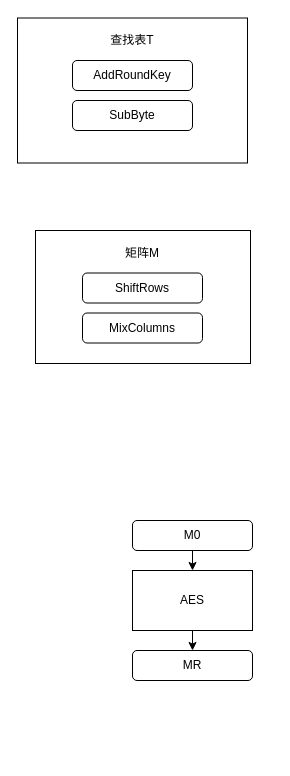
Sixaps/Hello-World keeps this draw.io diagram as ppt1.drawio. Above is the earlier version. Source tidied: cells renumbered, new cells numbered last; positions are measured from the earlier drawing's top-left corner, leaving out a move shared by most shapes. Both pictures are drawn from the tidied source at 100%, with x=0, y=0 at pixel (17, 18).
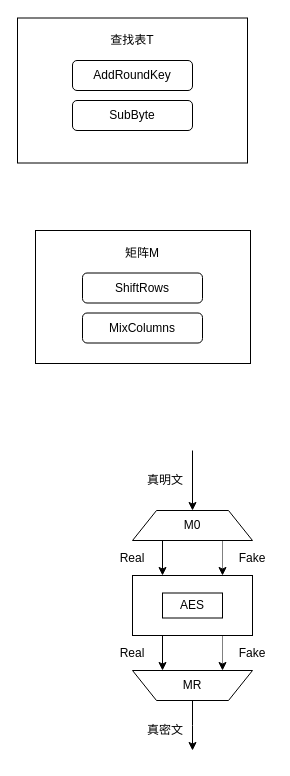
The same page after the edit.

What changed in the source:
```diff
@@
-    <mxCell id="10" style="edgeStyle=orthogonalEdgeStyle;rounded=0;jettySize=auto;html=1;exitX=0.5;exitY=1;exitDx=0;exitDy=0;entryX=0.5;entryY=0;entryDx=0;entryDy=0;" parent="1" edge="1" source="11" target="14">
-      <mxGeometry relative="1" as="geometry" />
-    </mxCell>
+    <mxCell id="15" style="edgeStyle=orthogonalEdgeStyle;rounded=0;jettySize=auto;html=1;exitX=0.25;exitY=1;exitDx=0;exitDy=0;entryX=0.75;entryY=1;entryDx=0;entryDy=0;" parent="1" edge="1" source="11" target="19">
+      <mxGeometry relative="1" as="geometry" />
+    </mxCell>
+    <mxCell id="16" style="edgeStyle=orthogonalEdgeStyle;rounded=0;jettySize=auto;html=1;exitX=0.75;exitY=1;exitDx=0;exitDy=0;entryX=0.25;entryY=1;entryDx=0;entryDy=0;dashed=1;dashPattern=1 1;" parent="1" edge="1" source="11" target="19">
+      <mxGeometry relative="1" as="geometry" />
+    </mxCell>
-    <mxCell id="11" value="AES" style="rounded=0;whiteSpace=wrap;html=1;" parent="1" vertex="1">
-      <mxGeometry x="115" y="552" width="120" height="60" as="geometry" />
+    <mxCell id="11" style="rounded=0;whiteSpace=wrap;html=1;" parent="1" vertex="1">
+      <mxGeometry x="115" y="557" width="120" height="60" as="geometry" />
     </mxCell>
-    <mxCell id="12" style="edgeStyle=orthogonalEdgeStyle;rounded=0;jettySize=auto;html=1;exitX=0.5;exitY=1;exitDx=0;exitDy=0;entryX=0.5;entryY=0;entryDx=0;entryDy=0;" parent="1" edge="1" source="13" target="11">
-      <mxGeometry relative="1" as="geometry" />
-    </mxCell>
+    <mxCell id="17" style="edgeStyle=orthogonalEdgeStyle;rounded=0;jettySize=auto;html=1;exitX=0.75;exitY=1;exitDx=0;exitDy=0;entryX=0.75;entryY=0;entryDx=0;entryDy=0;dashed=1;dashPattern=1 1;" parent="1" edge="1" source="13" target="11">
+      <mxGeometry relative="1" as="geometry" />
+    </mxCell>
-    <mxCell id="13" value="M0" style="rounded=1;whiteSpace=wrap;html=1;" parent="1" vertex="1">
-      <mxGeometry x="115" y="502" width="120" height="30" as="geometry" />
+    <mxCell id="13" value="M0" style="shape=trapezoid;perimeter=trapezoidPerimeter;whiteSpace=wrap;html=1;" parent="1" vertex="1">
+      <mxGeometry x="115" y="492" width="120" height="30" as="geometry" />
     </mxCell>
+    <mxCell id="18" style="edgeStyle=orthogonalEdgeStyle;rounded=0;jettySize=auto;html=1;exitX=0.5;exitY=0;exitDx=0;exitDy=0;" parent="1" edge="1" source="19">
+      <mxGeometry relative="1" as="geometry">
+        <mxPoint x="175" y="732" as="targetPoint" />
+      </mxGeometry>
+    </mxCell>
+    <mxCell id="19" style="shape=trapezoid;perimeter=trapezoidPerimeter;whiteSpace=wrap;html=1;rotation=180;" parent="1" vertex="1">
+      <mxGeometry x="115" y="652" width="120" height="30" as="geometry" />
+    </mxCell>
-    <mxCell id="14" value="MR" style="rounded=1;whiteSpace=wrap;html=1;" parent="1" vertex="1">
-      <mxGeometry x="115" y="632" width="120" height="30" as="geometry" />
+    <mxCell id="14" value="MR" style="text;html=1;strokeColor=none;fillColor=none;align=center;verticalAlign=middle;whiteSpace=wrap;rounded=0;" parent="1" vertex="1">
+      <mxGeometry x="155" y="657" width="40" height="20" as="geometry" />
     </mxCell>
+    <mxCell id="20" style="endArrow=classic;html=1;entryX=0.5;entryY=0;entryDx=0;entryDy=0;" parent="1" edge="1" target="13">
+      <mxGeometry relative="1" as="geometry">
+        <mxPoint x="175" y="432" as="sourcePoint" />
+      </mxGeometry>
+    </mxCell>
+    <mxCell id="21" style="endArrow=classic;html=1;entryX=0.25;entryY=0;entryDx=0;entryDy=0;exitX=0.25;exitY=1;exitDx=0;exitDy=0;" parent="1" edge="1" source="13" target="11">
+      <mxGeometry relative="1" as="geometry" />
+    </mxCell>
+    <mxCell id="22" value="Real" style="text;html=1;strokeColor=none;fillColor=none;align=center;verticalAlign=middle;whiteSpace=wrap;rounded=0;" parent="1" vertex="1">
+      <mxGeometry x="95" y="529.5" width="40" height="20" as="geometry" />
+    </mxCell>
+    <mxCell id="23" value="Fake" style="text;html=1;strokeColor=none;fillColor=none;align=center;verticalAlign=middle;whiteSpace=wrap;rounded=0;" parent="1" vertex="1">
+      <mxGeometry x="215" y="530" width="40" height="20" as="geometry" />
+    </mxCell>
+    <mxCell id="24" value="真明文" style="text;html=1;strokeColor=none;fillColor=none;align=center;verticalAlign=middle;whiteSpace=wrap;rounded=0;" parent="1" vertex="1">
+      <mxGeometry x="128" y="452" width="40" height="20" as="geometry" />
+    </mxCell>
+    <mxCell id="25" value="AES" style="rounded=0;whiteSpace=wrap;html=1;" parent="1" vertex="1">
+      <mxGeometry x="145" y="574.5" width="60" height="25" as="geometry" />
+    </mxCell>
+    <mxCell id="26" value="Real" style="text;html=1;strokeColor=none;fillColor=none;align=center;verticalAlign=middle;whiteSpace=wrap;rounded=0;" parent="1" vertex="1">
+      <mxGeometry x="95" y="624.5" width="40" height="20" as="geometry" />
+    </mxCell>
+    <mxCell id="27" value="Fake" style="text;html=1;strokeColor=none;fillColor=none;align=center;verticalAlign=middle;whiteSpace=wrap;rounded=0;" parent="1" vertex="1">
+      <mxGeometry x="215" y="624.5" width="40" height="20" as="geometry" />
+    </mxCell>
+    <mxCell id="28" value="真密文" style="text;html=1;strokeColor=none;fillColor=none;align=center;verticalAlign=middle;whiteSpace=wrap;rounded=0;" parent="1" vertex="1">
+      <mxGeometry x="128" y="702" width="40" height="20" as="geometry" />
+    </mxCell>
```
